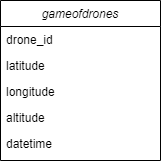
This is diagramme.drawio.png from qbls/gameofdrones, a draw.io export, as it was before one commit. Source tidied: cells renumbered, new cells last; positions are measured from the earlier drawing's top-left corner, leaving out a move shared by most shapes.
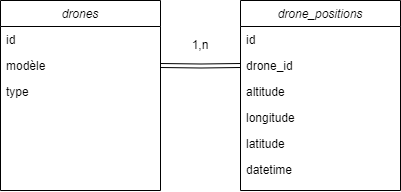
Above is the later version.

Commit message:
MaJ README + Diagramme UML

What changed in the source:
```diff
@@ -2,23 +2,46 @@
   <root>
     <mxCell id="0" />
     <mxCell id="1" parent="0" />
-    <mxCell id="2" value="gameofdrones" style="swimlane;fontStyle=2;align=center;verticalAlign=top;horizontal=1;startSize=26;rounded=0;shadow=0;strokeWidth=1;" parent="1" vertex="1">
-      <mxGeometry width="160" height="160" as="geometry" />
+    <mxCell id="2" value="drone_positions" style="swimlane;fontStyle=2;align=center;verticalAlign=top;horizontal=1;startSize=26;rounded=0;shadow=0;strokeWidth=1;" parent="1" vertex="1">
+      <mxGeometry width="160" height="190" as="geometry" />
     </mxCell>
-    <mxCell id="3" value="drone_id" style="text;align=left;verticalAlign=top;spacingLeft=4;spacingRight=4;overflow=hidden;" parent="2" vertex="1">
+    <mxCell id="3" value="id" style="text;align=left;verticalAlign=top;spacingLeft=4;spacingRight=4;overflow=hidden;" parent="2" vertex="1">
       <mxGeometry y="26" width="160" height="26" as="geometry" />
     </mxCell>
+    <mxCell id="8" value="drone_id" style="text;align=left;verticalAlign=top;spacingLeft=4;spacingRight=4;overflow=hidden;points=[[0,0.5],[1,0.5]];portConstraint=eastwest;" parent="2" vertex="1">
+      <mxGeometry y="52" width="160" height="26" as="geometry" />
+    </mxCell>
+    <mxCell id="6" value="altitude" style="text;align=left;verticalAlign=top;spacingLeft=4;spacingRight=4;overflow=hidden;rounded=0;shadow=0;html=0;" parent="2" vertex="1">
+      <mxGeometry y="78" width="160" height="26" as="geometry" />
+    </mxCell>
+    <mxCell id="5" value="longitude" style="text;align=left;verticalAlign=top;spacingLeft=4;spacingRight=4;overflow=hidden;rounded=0;shadow=0;html=0;" parent="2" vertex="1">
+      <mxGeometry y="104" width="160" height="26" as="geometry" />
+    </mxCell>
     <mxCell id="4" value="latitude" style="text;align=left;verticalAlign=top;spacingLeft=4;spacingRight=4;overflow=hidden;rounded=0;shadow=0;html=0;" parent="2" vertex="1">
-      <mxGeometry y="52" width="160" height="26" as="geometry" />
+      <mxGeometry y="130" width="160" height="26" as="geometry" />
     </mxCell>
-    <mxCell id="5" value="longitude" style="text;align=left;verticalAlign=top;spacingLeft=4;spacingRight=4;overflow=hidden;rounded=0;shadow=0;html=0;" parent="2" vertex="1">
-      <mxGeometry y="78" width="160" height="26" as="geometry" />
-    </mxCell>
-    <mxCell id="6" value="altitude" style="text;align=left;verticalAlign=top;spacingLeft=4;spacingRight=4;overflow=hidden;rounded=0;shadow=0;html=0;" parent="2" vertex="1">
-      <mxGeometry y="104" width="160" height="26" as="geometry" />
-    </mxCell>
     <mxCell id="7" value="datetime" style="text;align=left;verticalAlign=top;spacingLeft=4;spacingRight=4;overflow=hidden;rounded=0;shadow=0;html=0;" parent="2" vertex="1">
-      <mxGeometry y="130" width="160" height="30" as="geometry" />
+      <mxGeometry y="156" width="160" height="32" as="geometry" />
     </mxCell>
+    <mxCell id="9" value="drones" style="swimlane;fontStyle=2;align=center;verticalAlign=top;horizontal=1;startSize=26;rounded=0;shadow=0;strokeWidth=1;" parent="1" vertex="1">
+      <mxGeometry x="-240" width="160" height="190" as="geometry" />
+    </mxCell>
+    <mxCell id="10" value="id" style="text;align=left;verticalAlign=top;spacingLeft=4;spacingRight=4;overflow=hidden;" parent="9" vertex="1">
+      <mxGeometry y="26" width="160" height="26" as="geometry" />
+    </mxCell>
+    <mxCell id="11" value="modèle" style="text;align=left;verticalAlign=top;spacingLeft=4;spacingRight=4;overflow=hidden;rounded=0;shadow=0;html=0;" parent="9" vertex="1">
+      <mxGeometry y="52" width="160" height="26" as="geometry" />
+    </mxCell>
+    <mxCell id="12" value="type" style="text;align=left;verticalAlign=top;spacingLeft=4;spacingRight=4;overflow=hidden;rounded=0;shadow=0;html=0;" parent="9" vertex="1">
+      <mxGeometry y="78" width="160" height="26" as="geometry" />
+    </mxCell>
+    <mxCell id="13" style="edgeStyle=orthogonalEdgeStyle;rounded=0;jettySize=auto;html=1;exitX=1;exitY=0.5;exitDx=0;exitDy=0;entryX=0;entryY=0.5;entryDx=0;entryDy=0;shape=link;" parent="1" edge="1" target="8">
+      <mxGeometry relative="1" as="geometry">
+        <mxPoint x="-80" y="65" as="sourcePoint" />
+      </mxGeometry>
+    </mxCell>
+    <mxCell id="14" value="1,n" style="text;strokeColor=none;align=center;fillColor=none;html=1;verticalAlign=middle;whiteSpace=wrap;rounded=0;" parent="1" vertex="1">
+      <mxGeometry x="-70" y="30" width="60" height="30" as="geometry" />
+    </mxCell>
   </root>
 </mxGraphModel>
```
